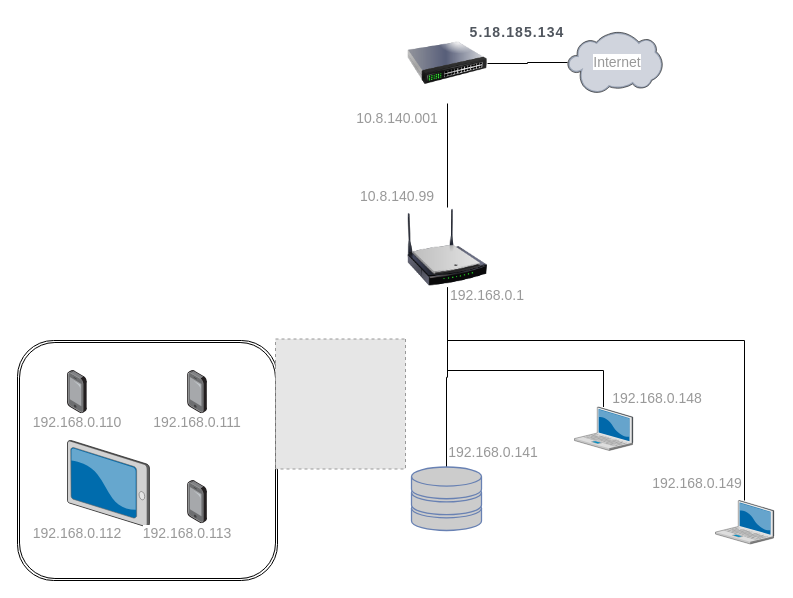
Before: Net.drawio in nikolaybelorusov/devops-netology, a draw.io diagram. Source tidied: cells renumbered, new cells numbered last; positions are measured from the earlier drawing's top-left corner, leaving out a move shared by most shapes. Both pictures are drawn from the tidied source at 100%, with x=0, y=0 at pixel (17, 17). Pictures stored in the file or linked from it are replaced by grey dashed boxes.
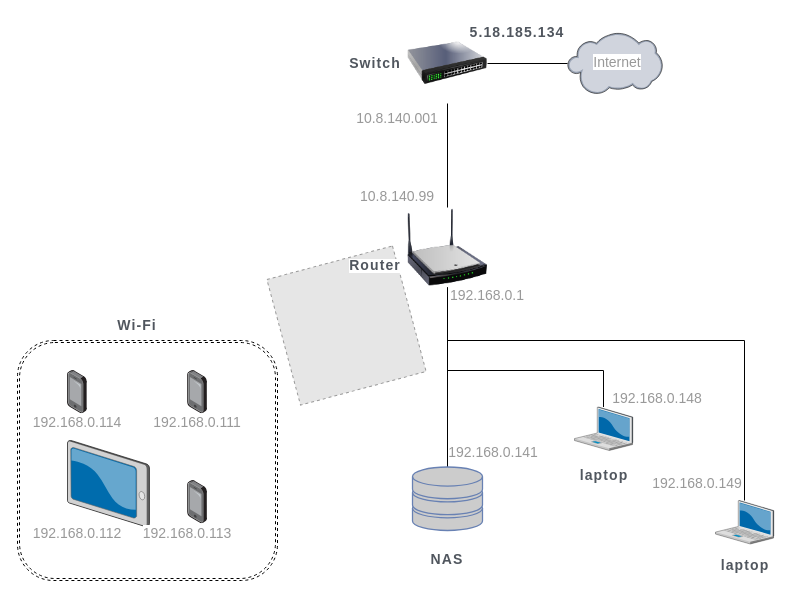
After the change.

What changed in the source:
```diff
@@
-    <mxCell id="2" style="shape=ext;double=1;rounded=1;whiteSpace=wrap;html=1;" parent="1" vertex="1">
+    <mxCell id="2" style="shape=ext;double=1;rounded=1;whiteSpace=wrap;html=1;dashed=1;shadow=0;glass=0;fillColor=none;" parent="1" vertex="1">
       <mxGeometry y="323" width="260" height="240" as="geometry" />
     </mxCell>
@@
     <mxCell id="13" style="fontColor=#0066CC;verticalAlign=top;verticalLabelPosition=bottom;labelPosition=center;align=center;html=1;outlineConnect=0;fillColor=#CCCCCC;strokeColor=#6881B3;gradientColor=none;gradientDirection=north;strokeWidth=2;shape=mxgraph.networks.storage;" parent="1" vertex="1">
-      <mxGeometry x="394" y="449.5" width="70" height="63.5" as="geometry" />
+      <mxGeometry x="395" y="449.5" width="70" height="63.5" as="geometry" />
     </mxCell>
@@
-    <mxCell id="19" style="fillColor=#E6E6E6;strokeColor=#999999;dashed=1;html=1;verticalAlign=top;verticalLabelPosition=bottom;labelBackgroundColor=#ffffff;rotation=90;" parent="1" vertex="1">
-      <mxGeometry x="258" y="321.5" width="130" height="130" as="geometry" />
+    <mxCell id="19" style="fillColor=#E6E6E6;strokeColor=#999999;dashed=1;html=1;verticalAlign=top;verticalLabelPosition=bottom;labelBackgroundColor=#ffffff;rotation=75;" parent="1" vertex="1">
+      <mxGeometry x="264" y="243" width="130" height="130" as="geometry" />
     </mxCell>
@@
-    <mxCell id="22" value="&lt;span style=&quot;color: rgb(153 , 153 , 153) ; font-family: &amp;#34;helvetica&amp;#34; , &amp;#34;arial&amp;#34; , sans-serif ; font-size: 14px ; background-color: rgb(255 , 255 , 255)&quot;&gt;192.168.0.110&lt;br&gt;&lt;/span&gt;" style="text;html=1;strokeColor=none;fillColor=none;align=center;verticalAlign=middle;whiteSpace=wrap;rounded=0;" parent="1" vertex="1">
+    <mxCell id="22" value="&lt;span style=&quot;color: rgb(153 , 153 , 153) ; font-family: &amp;#34;helvetica&amp;#34; , &amp;#34;arial&amp;#34; , sans-serif ; font-size: 14px ; background-color: rgb(255 , 255 , 255)&quot;&gt;192.168.0.114&lt;br&gt;&lt;/span&gt;" style="text;html=1;strokeColor=none;fillColor=none;align=center;verticalAlign=middle;whiteSpace=wrap;rounded=0;" parent="1" vertex="1">
       <mxGeometry x="29.9" y="389.5" width="60" height="30" as="geometry" />
     </mxCell>
@@
     <mxCell id="26" style="verticalLabelPosition=bottom;sketch=0;html=1;verticalAlign=top;strokeColor=none;align=center;outlineConnect=0;shape=mxgraph.citrix.cloud;" parent="1" vertex="1">
-      <mxGeometry x="550" y="14" width="95" height="62" as="geometry" />
+      <mxGeometry x="550" y="15" width="95" height="62" as="geometry" />
     </mxCell>
@@
+    <mxCell id="31" value="&lt;span style=&quot;color: rgb(80 , 86 , 94) ; font-weight: 700 ; letter-spacing: 1.1px ; background-color: rgb(255 , 255 , 255)&quot;&gt;&lt;font style=&quot;font-size: 14px&quot;&gt;NAS&lt;/font&gt;&lt;/span&gt;" style="text;html=1;strokeColor=none;fillColor=none;align=center;verticalAlign=middle;whiteSpace=wrap;rounded=0;" parent="1" vertex="1">
+      <mxGeometry x="400" y="526.5" width="60" height="30" as="geometry" />
+    </mxCell>
+    <mxCell id="32" value="&lt;span style=&quot;color: rgb(80 , 86 , 94) ; font-weight: 700 ; letter-spacing: 1.1px ; background-color: rgb(255 , 255 , 255)&quot;&gt;&lt;font style=&quot;font-size: 14px&quot;&gt;laptop&lt;/font&gt;&lt;/span&gt;" style="text;html=1;strokeColor=none;fillColor=none;align=center;verticalAlign=middle;whiteSpace=wrap;rounded=0;" parent="1" vertex="1">
+      <mxGeometry x="557" y="443" width="60" height="30" as="geometry" />
+    </mxCell>
+    <mxCell id="33" value="&lt;span style=&quot;color: rgb(80 , 86 , 94) ; font-weight: 700 ; letter-spacing: 1.1px ; background-color: rgb(255 , 255 , 255)&quot;&gt;&lt;font style=&quot;font-size: 14px&quot;&gt;laptop&lt;/font&gt;&lt;/span&gt;" style="text;html=1;strokeColor=none;fillColor=none;align=center;verticalAlign=middle;whiteSpace=wrap;rounded=0;" parent="1" vertex="1">
+      <mxGeometry x="698" y="533" width="60" height="30" as="geometry" />
+    </mxCell>
+    <mxCell id="34" value="&lt;span style=&quot;color: rgb(80 , 86 , 94) ; font-weight: 700 ; letter-spacing: 1.1px ; background-color: rgb(255 , 255 , 255)&quot;&gt;&lt;font style=&quot;font-size: 14px&quot;&gt;Router&lt;/font&gt;&lt;/span&gt;" style="text;html=1;strokeColor=none;fillColor=none;align=center;verticalAlign=middle;whiteSpace=wrap;rounded=0;" parent="1" vertex="1">
+      <mxGeometry x="328" y="233" width="60" height="30" as="geometry" />
+    </mxCell>
+    <mxCell id="35" value="&lt;span style=&quot;color: rgb(80 , 86 , 94) ; font-weight: 700 ; letter-spacing: 1.1px ; background-color: rgb(255 , 255 , 255)&quot;&gt;&lt;font style=&quot;font-size: 14px&quot;&gt;Switch&lt;/font&gt;&lt;/span&gt;" style="text;html=1;strokeColor=none;fillColor=none;align=center;verticalAlign=middle;whiteSpace=wrap;rounded=0;" parent="1" vertex="1">
+      <mxGeometry x="328" y="31" width="60" height="30" as="geometry" />
+    </mxCell>
+    <mxCell id="36" value="&lt;span style=&quot;color: rgb(80 , 86 , 94) ; font-weight: 700 ; letter-spacing: 1.1px ; background-color: rgb(255 , 255 , 255)&quot;&gt;&lt;font style=&quot;font-size: 14px&quot;&gt;Wi-Fi&lt;/font&gt;&lt;/span&gt;" style="text;html=1;strokeColor=none;fillColor=none;align=center;verticalAlign=middle;whiteSpace=wrap;rounded=0;" parent="1" vertex="1">
+      <mxGeometry x="90" y="293" width="60" height="30" as="geometry" />
+    </mxCell>
```
